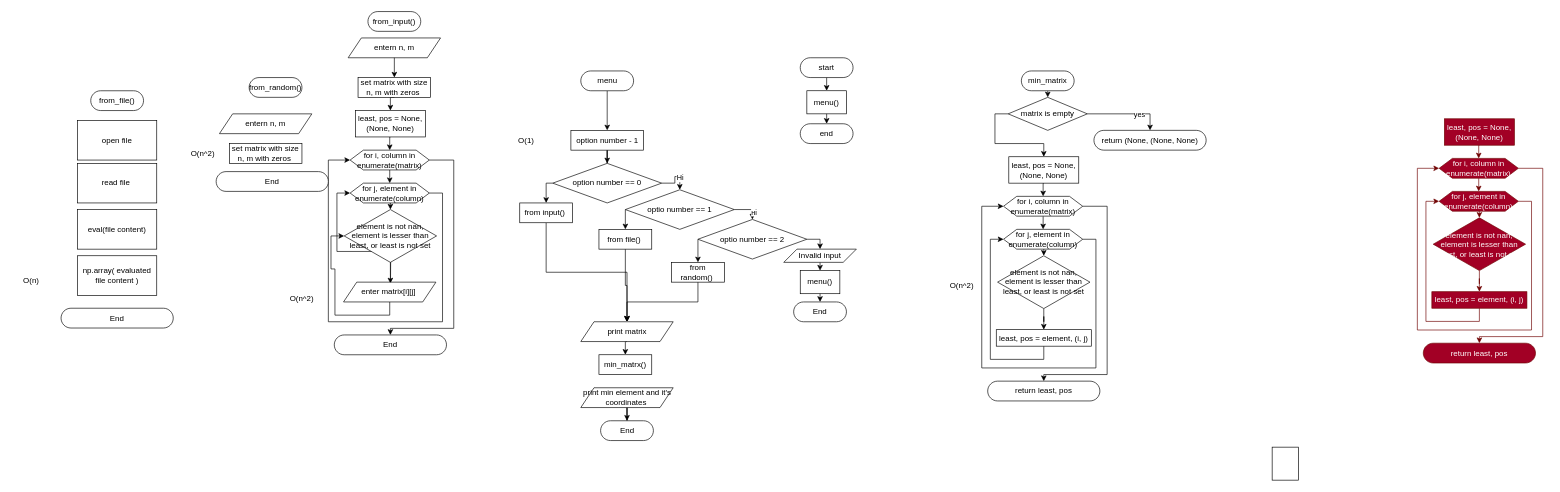
The draw.io diagram lab_1/min_matrix.drawio in Ak1yamaKiyoshi/kpi-TA, before the edit. Source tidied: cells renumbered, new cells numbered last; positions are measured from the earlier drawing's top-left corner, leaving out a move shared by most shapes. Both pictures are drawn from the tidied source at 66%, with x=0, y=0 at pixel (11, 11).
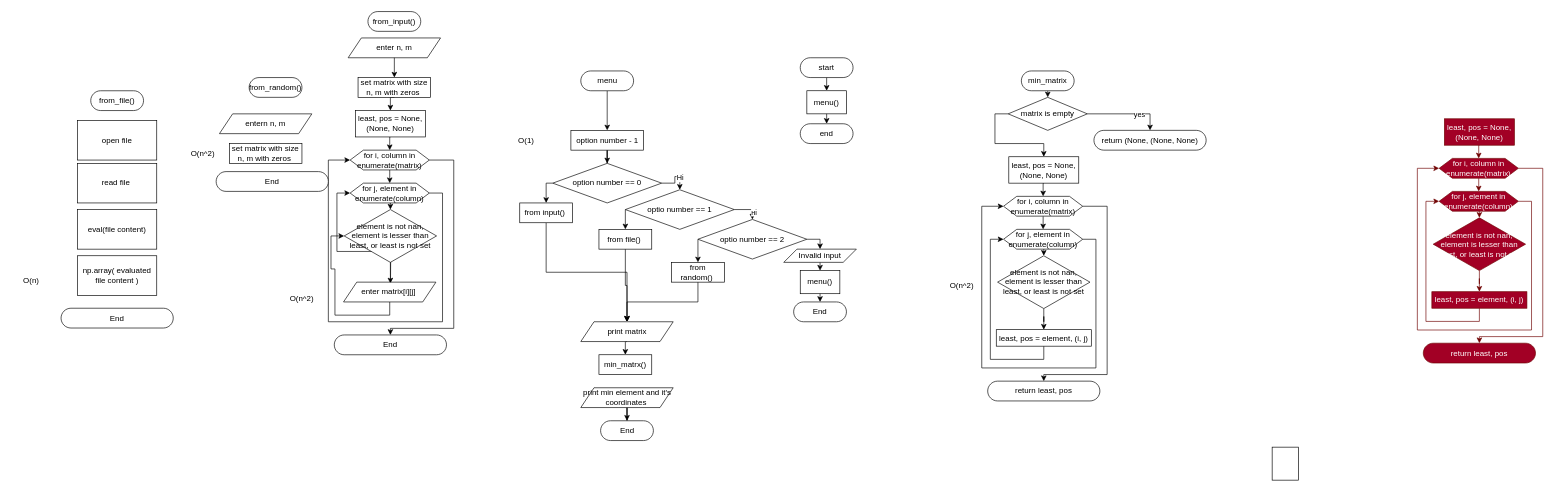
Above is the later version.

The edit, as a diff of the source:
```diff
@@
-    <mxCell id="31" value="entern n, m" style="shape=parallelogram;perimeter=parallelogramPerimeter;whiteSpace=wrap;html=1;fixedSize=1;" parent="1" vertex="1">
+    <mxCell id="31" value="enter n, m" style="shape=parallelogram;perimeter=parallelogramPerimeter;whiteSpace=wrap;html=1;fixedSize=1;" parent="1" vertex="1">
       <mxGeometry x="510" y="40" width="140" height="30" as="geometry" />
     </mxCell>
```
